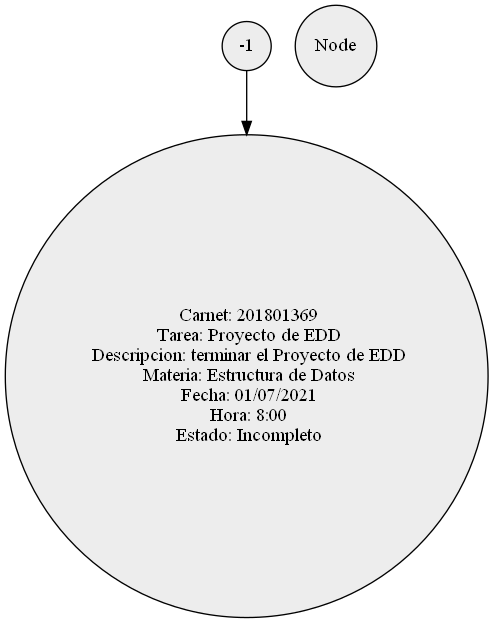
This is FASE 2/ListTareas.png from BrayanPradoMarroquin/EDD_SmartClass_201801369, a Graphviz export, as it was before one commit. Its source is kept beside it as FASE 2/ListTareas.dot. Its diagram source:
```dot
digraph G {
rankdir=TB;
node [shape = circle, color=black , style=filled, fillcolor=gray93];
Node0[label=" Carnet: 201801369\n Tarea: Proyecto de EDD\n Descripcion: terminar el Proyecto de EDD\n Materia: Estructura de Datos\n Fecha: 01/07/2021\n Hora: 8:00\n Estado: Incompleto"];
Node-1->Node0}
```
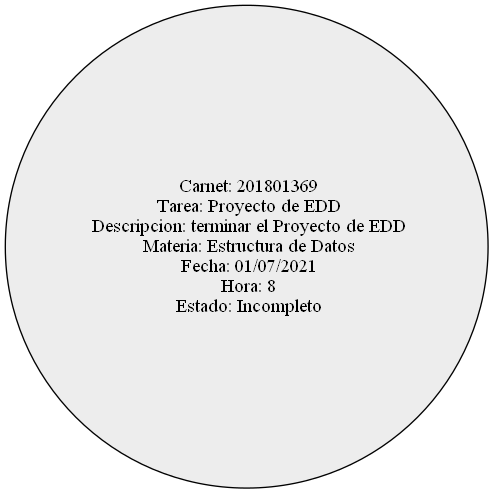
The same file after the commit.

What changed in the source:
```diff
@@ -1,5 +1,5 @@
 digraph G {
 rankdir=TB;
 node [shape = circle, color=black , style=filled, fillcolor=gray93];
-Node0[label=" Carnet: 201801369\n Tarea: Proyecto de EDD\n Descripcion: terminar el Proyecto de EDD\n Materia: Estructura de Datos\n Fecha: 01/07/2021\n Hora: 8:00\n Estado: Incompleto"];
-Node-1->Node0}
+Node0[label=" Carnet: 201801369\n Tarea: Proyecto de EDD\n Descripcion: terminar el Proyecto de EDD\n Materia: Estructura de Datos\n Fecha: 01/07/2021\n Hora: 8\n Estado: Incompleto"];
+}
```
